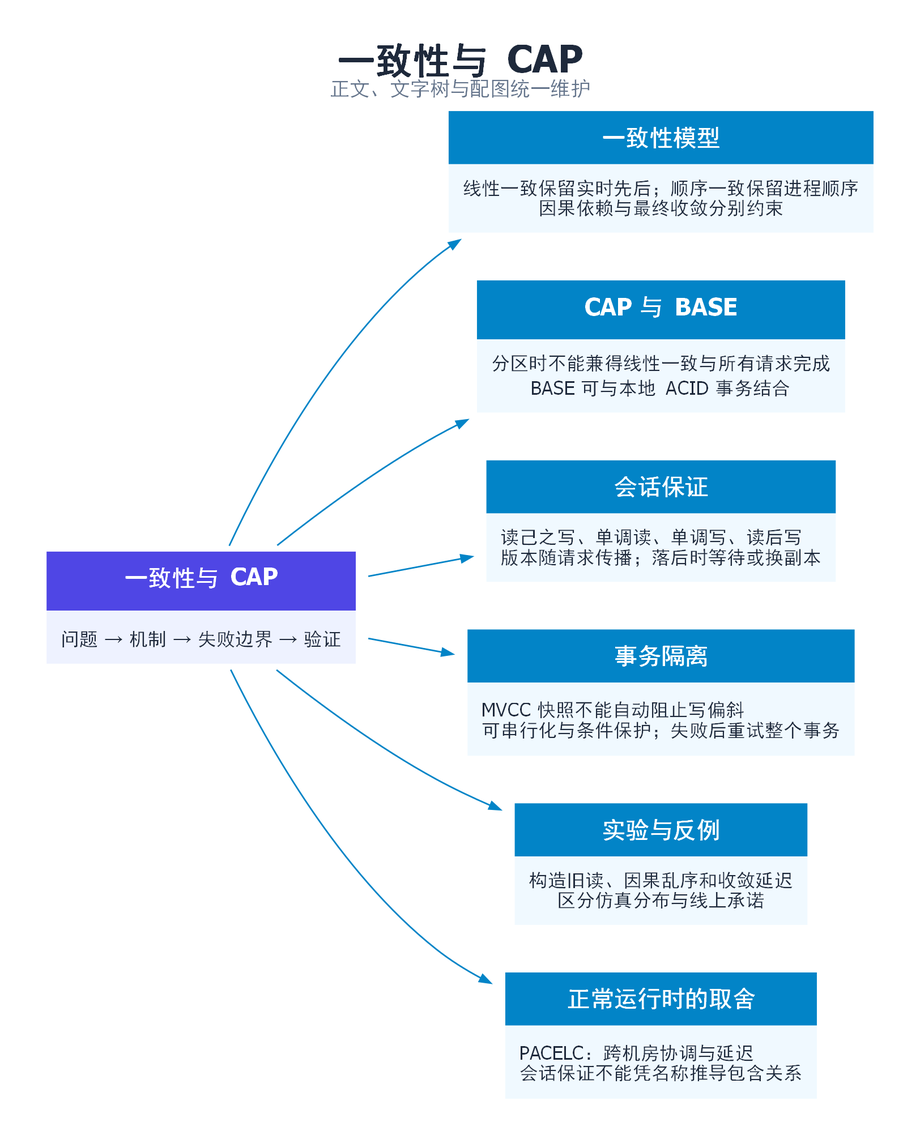
This is 分布式系统/images/topic-02-mindmap.png from zingerWang/Jobs, a Graphviz export, as it was before one commit. Its source is kept beside it as 分布式系统/images/topic-02-mindmap.dot.
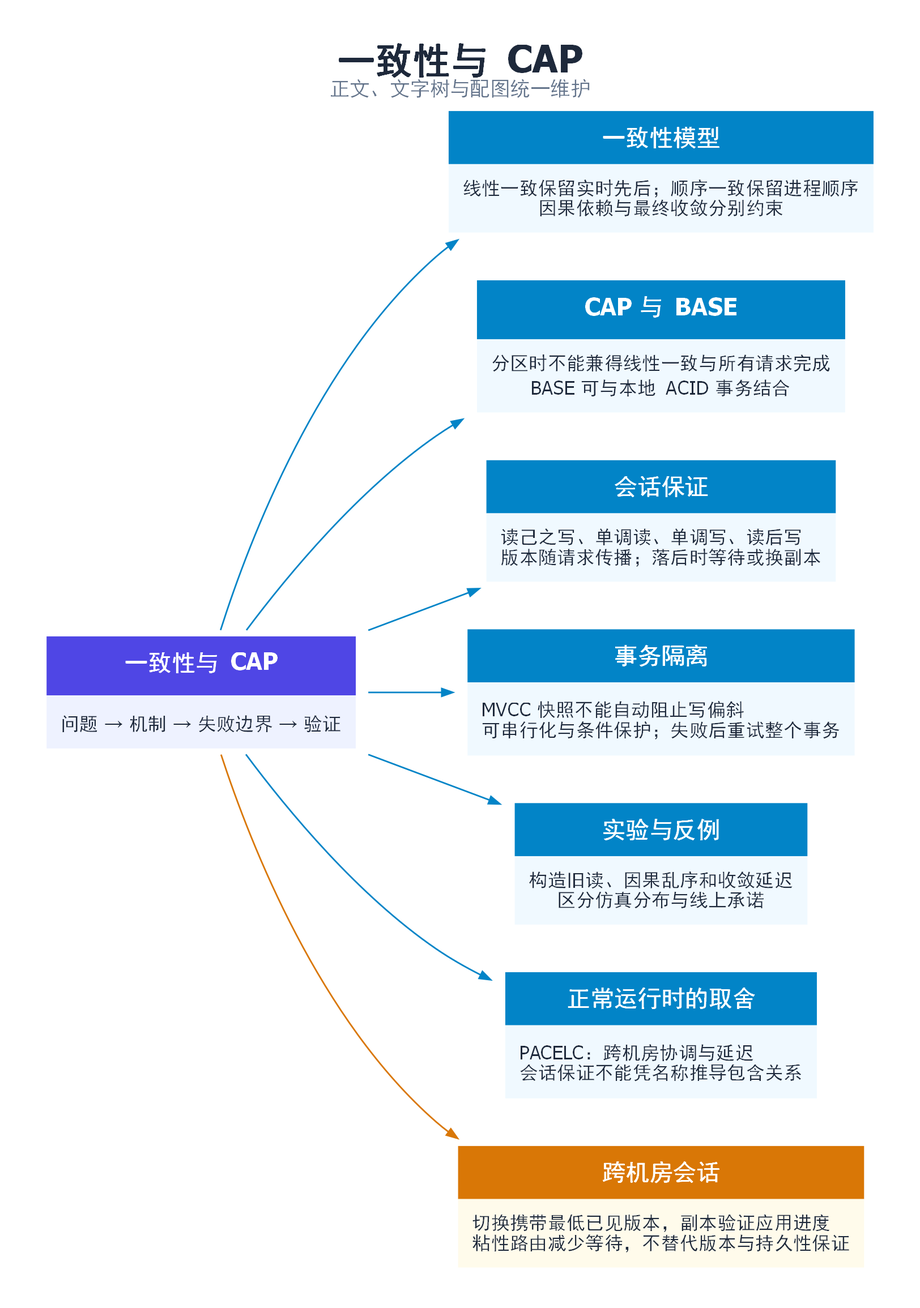
After the change.

Diff of the diagram source:
```diff
@@ -15,4 +15,6 @@
 root -> n3;
 root -> n4;
 root -> n5;
+engineering [label=<<TABLE BORDER="0" CELLBORDER="0" CELLSPACING="0" CELLPADDING="9"><TR><TD BGCOLOR="#D97706"><FONT COLOR="white" POINT-SIZE="15"><B>跨机房会话</B></FONT></TD></TR><TR><TD BGCOLOR="#FFFBEB" ALIGN="LEFT"><FONT COLOR="#1E293B" POINT-SIZE="12">切换携带最低已见版本，副本验证应用进度<BR ALIGN="LEFT"/>粘性路由减少等待，不替代版本与持久性保证</FONT></TD></TR></TABLE>>];
+root -> engineering [color="#D97706",fontcolor="#D97706"];
 }
```
